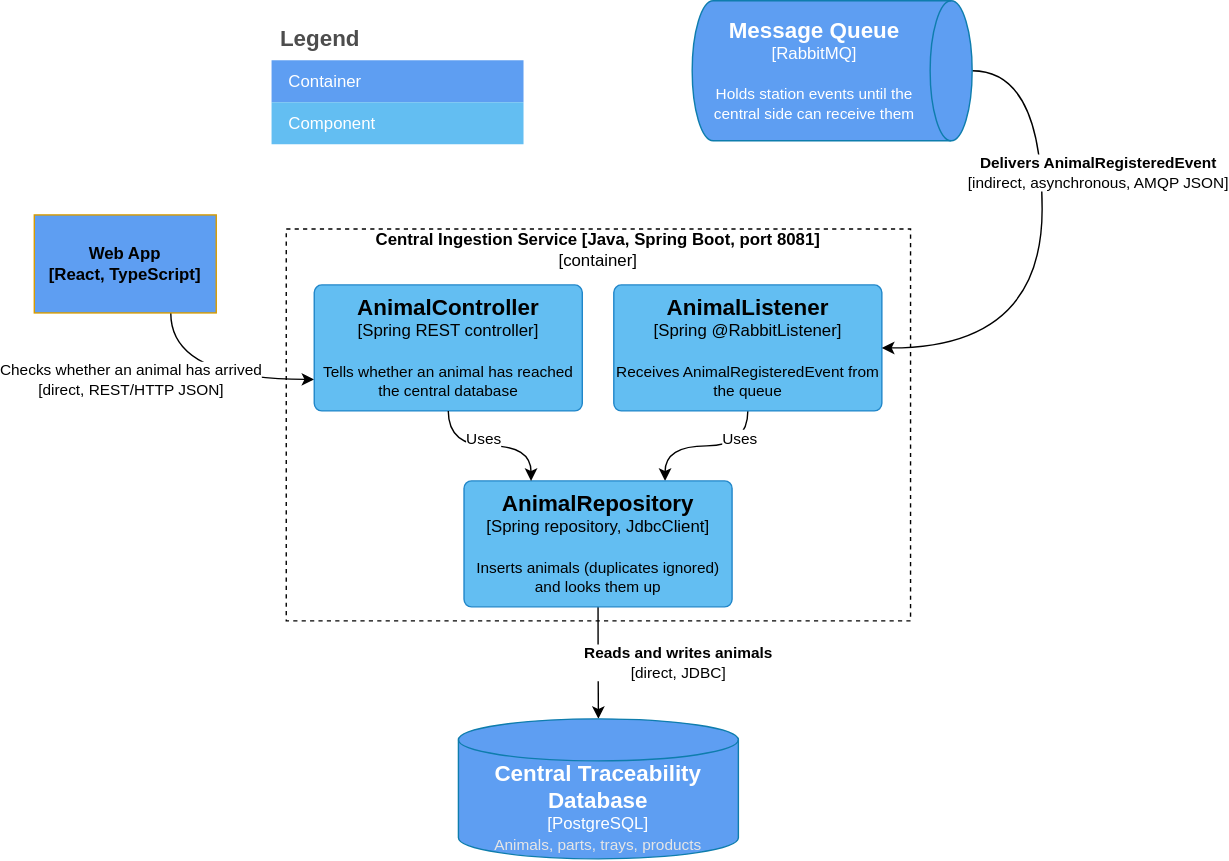
Earlier version of the draw.io export documentation/DSY_C3_IngestionService.drawio.svg (mforbeskr/DSY_Project). Source tidied: cells renumbered, new cells last; positions are measured from the earlier drawing's top-left corner, leaving out a move shared by most shapes.
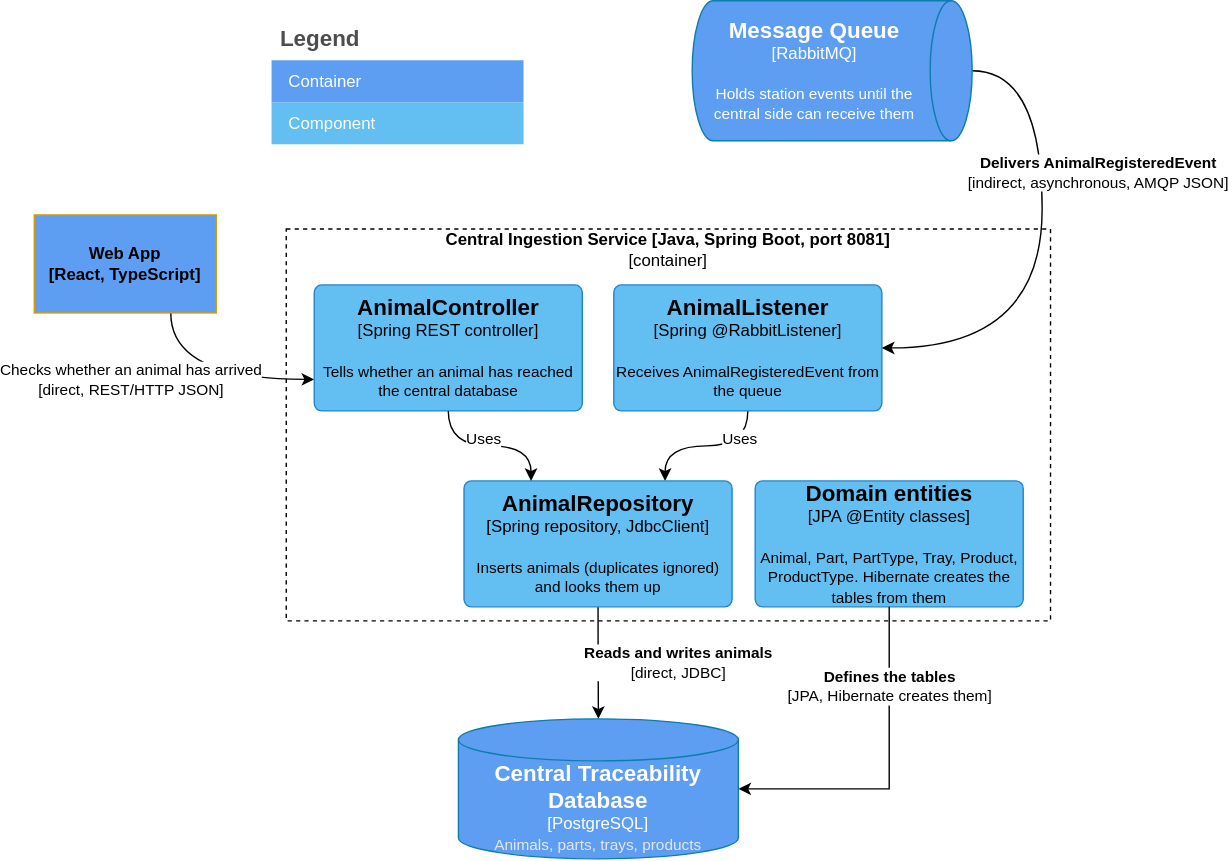
After the commit.

What changed in the source:
```diff
@@ -3,10 +3,10 @@
     <mxCell id="0" />
     <mxCell id="1" parent="0" />
     <mxCell id="2" style="rounded=0;whiteSpace=wrap;html=1;fillColor=none;dashed=1;" parent="1" vertex="1">
-      <mxGeometry x="180" y="163" width="446" height="280" as="geometry" />
+      <mxGeometry x="180" y="163" width="546" height="280" as="geometry" />
     </mxCell>
     <mxCell id="3" value="Central Ingestion Service [Java, Spring Boot, port 8081]&lt;br&gt;&lt;span style=&quot;font-weight: normal;&quot;&gt;[container]&lt;/span&gt;" style="text;html=1;whiteSpace=wrap;strokeColor=none;fillColor=none;align=center;verticalAlign=middle;rounded=0;fontStyle=1;flipV=1;legacyAnchorPoints=0;flipH=0;" parent="1" vertex="1">
-      <mxGeometry x="229" y="163" width="348" height="30" as="geometry" />
+      <mxGeometry x="279" y="163" width="348" height="30" as="geometry" />
     </mxCell>
     <mxCell id="4" style="edgeStyle=orthogonalEdgeStyle;rounded=0;jettySize=auto;html=1;exitX=0.5;exitY=1;exitDx=0;exitDy=0;exitPerimeter=0;defaultLabelBackgroundColor=page;curved=1;curveGeometry=1;entryX=0.75;entryY=0;entryDx=0;entryDy=0;entryPerimeter=0;" parent="1" edge="1" source="6" target="9">
       <mxGeometry x="0.01" relative="1" as="geometry" />
@@ -96,5 +96,16 @@
         <mxPoint x="-2" y="-4" as="offset" />
       </mxGeometry>
     </mxCell>
+    <object id="25" label="&lt;font style=&quot;font-size: 16px&quot;&gt;&lt;b&gt;%c4Name%&lt;/b&gt;&lt;/font&gt;&lt;div&gt;[%c4Technology%]&lt;/div&gt;&lt;br&gt;&lt;div&gt;&lt;font style=&quot;font-size: 11px&quot;&gt;%c4Description%&lt;/font&gt;&lt;/div&gt;" c4Description="Animal, Part, PartType, Tray, Product, ProductType. Hibernate creates the tables from them" c4Name="Domain entities" c4Technology="JPA @Entity classes" c4Type="" placeholders="1">
+      <mxCell style="rounded=1;whiteSpace=wrap;html=1;labelBackgroundColor=none;fillColor=#63BEF2;fontColor=#000000;align=center;arcSize=6;strokeColor=#2086C9;points=[[0.25,0,0],[0.5,0,0],[0.75,0,0],[1,0.25,0],[1,0.5,0],[1,0.75,0],[0.75,1,0],[0.5,1,0],[0.25,1,0],[0,0.75,0],[0,0.5,0],[0,0.25,0]];" parent="1" vertex="1">
+        <mxGeometry x="515" y="343" width="191.5" height="90" as="geometry" />
+      </mxCell>
+    </object>
+    <mxCell id="26" style="edgeStyle=orthogonalEdgeStyle;rounded=0;jettySize=auto;html=1;exitX=0.5;exitY=1;exitDx=0;exitDy=0;exitPerimeter=0;entryX=1;entryY=0.5;entryDx=0;entryDy=0;defaultLabelBackgroundColor=page;" parent="1" edge="1" source="25" target="13">
+      <mxGeometry relative="1" as="geometry" />
+    </mxCell>
+    <mxCell id="27" value="&lt;b&gt;Defines the tables&lt;/b&gt;&lt;br&gt;[JPA, Hibernate creates them]" style="edgeLabel;html=1;align=center;verticalAlign=middle;inheritText=1;defaultLabelBackgroundColor=page;" parent="26" vertex="1">
+      <mxGeometry x="-0.5" relative="1" as="geometry" />
+    </mxCell>
   </root>
 </mxGraphModel>
```
